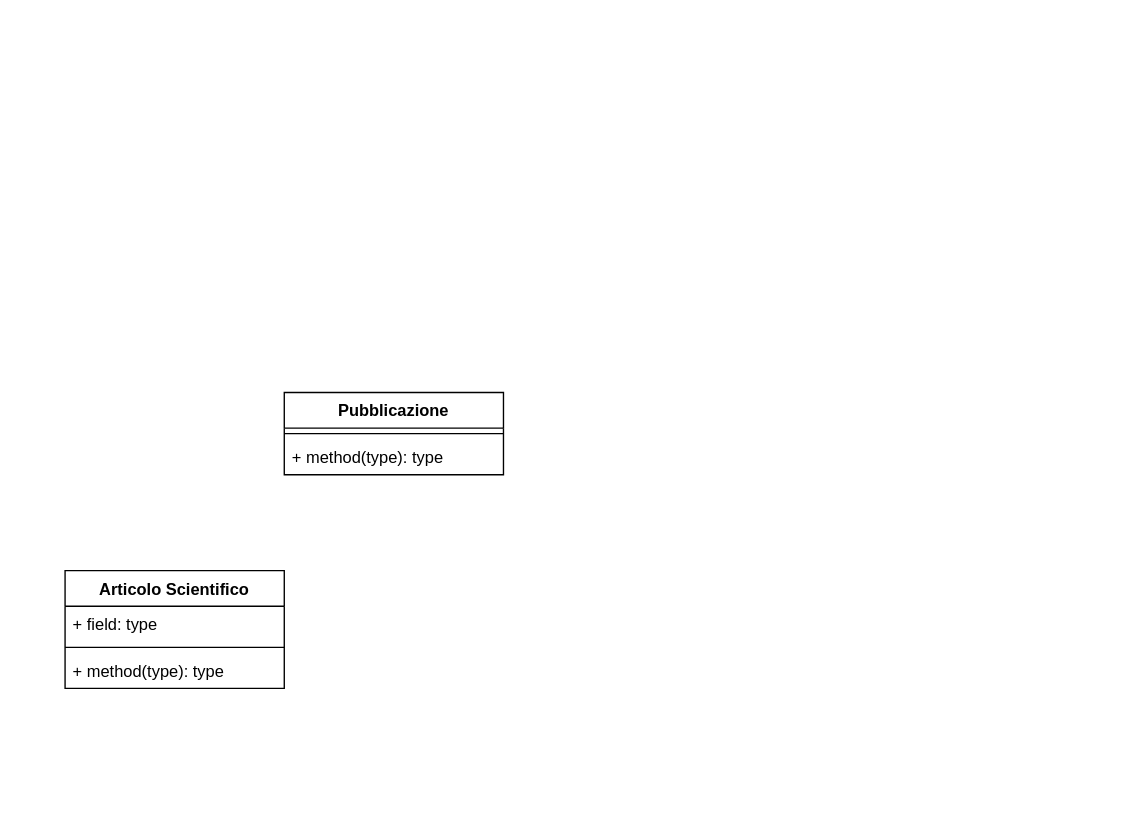
Above: Schemi/UML.drawio in simoneparente/Biblioteca (draw.io), before the change. Source tidied: cells renumbered, new cells numbered last; positions are measured from the earlier drawing's top-left corner, leaving out a move shared by most shapes. Both pictures are drawn from the tidied source at 137%, with x=0, y=0 at pixel (64, 392).
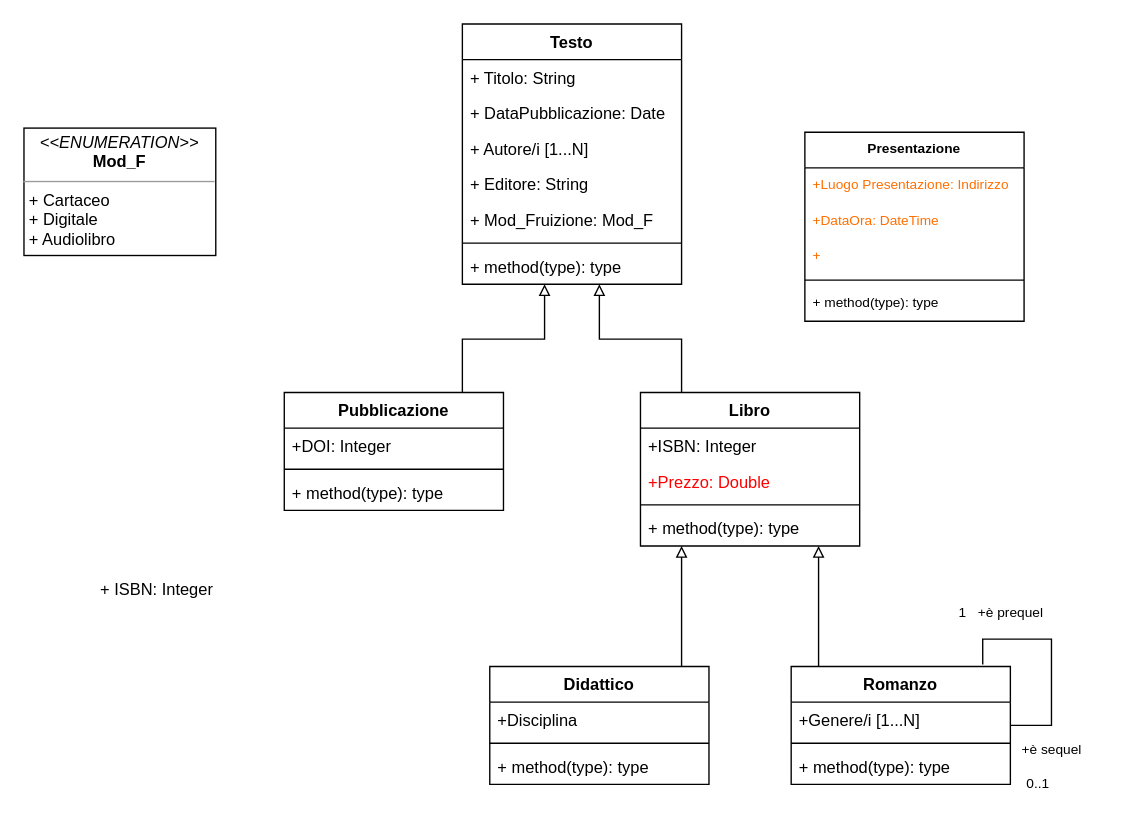
Above is the later version.

Commit message (it also covers changes not shown here):
nuova versione uml

The edit, as a diff of the source:
```diff
@@
+    <mxCell id="9" style="edgeStyle=orthogonalEdgeStyle;rounded=0;jettySize=auto;html=1;startArrow=block;startFill=0;endArrow=none;endFill=0;" parent="1" edge="1" source="11">
+      <mxGeometry relative="1" as="geometry">
+        <mxPoint x="290" as="targetPoint" />
+        <Array as="points">
+          <mxPoint x="350" y="-39" />
+          <mxPoint x="290" y="-39" />
+        </Array>
+      </mxGeometry>
+    </mxCell>
+    <mxCell id="10" style="edgeStyle=orthogonalEdgeStyle;rounded=0;jettySize=auto;html=1;endArrow=none;endFill=0;startArrow=block;startFill=0;" parent="1" edge="1" source="11">
+      <mxGeometry relative="1" as="geometry">
+        <mxPoint x="450" as="targetPoint" />
+        <Array as="points">
+          <mxPoint x="390" y="-39" />
+          <mxPoint x="450" y="-39" />
+        </Array>
+      </mxGeometry>
+    </mxCell>
+    <mxCell id="11" value="Testo" style="swimlane;fontStyle=1;align=center;verticalAlign=top;horizontal=1;startSize=26;" parent="1" vertex="1">
+      <mxGeometry x="290" y="-269" width="160" height="190" as="geometry" />
+    </mxCell>
+    <mxCell id="12" value="+ Titolo: String" style="text;strokeColor=none;fillColor=none;align=left;verticalAlign=top;spacingLeft=4;spacingRight=4;overflow=hidden;" parent="11" vertex="1">
+      <mxGeometry y="26" width="160" height="26" as="geometry" />
+    </mxCell>
+    <mxCell id="13" value="+ DataPubblicazione: Date" style="text;strokeColor=none;fillColor=none;align=left;verticalAlign=top;spacingLeft=4;spacingRight=4;overflow=hidden;" parent="11" vertex="1">
+      <mxGeometry y="52" width="160" height="26" as="geometry" />
+    </mxCell>
+    <mxCell id="14" value="+ Autore/i [1...N]" style="text;strokeColor=none;fillColor=none;align=left;verticalAlign=top;spacingLeft=4;spacingRight=4;overflow=hidden;" parent="11" vertex="1">
+      <mxGeometry y="78" width="160" height="26" as="geometry" />
+    </mxCell>
+    <mxCell id="15" value="+ Editore: String" style="text;strokeColor=none;fillColor=none;align=left;verticalAlign=top;spacingLeft=4;spacingRight=4;overflow=hidden;" parent="11" vertex="1">
+      <mxGeometry y="104" width="160" height="26" as="geometry" />
+    </mxCell>
+    <mxCell id="16" value="+ Mod_Fruizione: Mod_F" style="text;strokeColor=none;fillColor=none;align=left;verticalAlign=top;spacingLeft=4;spacingRight=4;overflow=hidden;" parent="11" vertex="1">
+      <mxGeometry y="130" width="160" height="26" as="geometry" />
+    </mxCell>
+    <mxCell id="17" style="line;strokeWidth=1;fillColor=none;align=left;verticalAlign=middle;spacingTop=-1;spacingLeft=3;spacingRight=3;labelPosition=right;strokeColor=inherit;" parent="11" vertex="1">
+      <mxGeometry y="156" width="160" height="8" as="geometry" />
+    </mxCell>
+    <mxCell id="18" value="+ method(type): type" style="text;strokeColor=none;fillColor=none;align=left;verticalAlign=top;spacingLeft=4;spacingRight=4;overflow=hidden;" parent="11" vertex="1">
+      <mxGeometry y="164" width="160" height="26" as="geometry" />
+    </mxCell>
+    <mxCell id="19" value="&lt;p style=&quot;margin:0px;margin-top:4px;text-align:center;&quot;&gt;&lt;i&gt;&amp;lt;&amp;lt;ENUMERATION&amp;gt;&amp;gt;&lt;/i&gt;&lt;br&gt;&lt;b&gt;Mod_F&lt;/b&gt;&lt;/p&gt;&lt;hr size=&quot;1&quot;&gt;&lt;p style=&quot;margin:0px;margin-left:4px;&quot;&gt;+ Cartaceo&lt;/p&gt;&lt;p style=&quot;margin:0px;margin-left:4px;&quot;&gt;+ Digitale&lt;/p&gt;&lt;p style=&quot;margin:0px;margin-left:4px;&quot;&gt;+ Audiolibro&lt;/p&gt;" style="verticalAlign=top;align=left;overflow=fill;fontSize=12;fontFamily=Helvetica;html=1;" parent="1" vertex="1">
+      <mxGeometry x="-30" y="-193" width="140" height="93" as="geometry" />
+    </mxCell>
+    <mxCell id="20" value="+ ISBN: Integer" style="text;strokeColor=none;fillColor=none;align=left;verticalAlign=top;spacingLeft=4;spacingRight=4;overflow=hidden;" parent="1" vertex="1">
+      <mxGeometry x="20" y="130" width="160" height="26" as="geometry" />
+    </mxCell>
+    <mxCell id="21" style="edgeStyle=orthogonalEdgeStyle;rounded=0;jettySize=auto;html=1;fontColor=#FF0000;startArrow=block;startFill=0;endArrow=none;endFill=0;" parent="1" edge="1" source="22">
+      <mxGeometry relative="1" as="geometry">
+        <mxPoint x="450" y="200" as="targetPoint" />
+        <Array as="points">
+          <mxPoint x="450" y="200" />
+        </Array>
+      </mxGeometry>
+    </mxCell>
+    <mxCell id="22" value="Libro" style="swimlane;fontStyle=1;align=center;verticalAlign=top;horizontal=1;startSize=26;" parent="1" vertex="1">
+      <mxGeometry x="420" width="160" height="112" as="geometry" />
+    </mxCell>
+    <mxCell id="23" value="+ISBN: Integer" style="text;strokeColor=none;fillColor=none;align=left;verticalAlign=top;spacingLeft=4;spacingRight=4;overflow=hidden;" parent="22" vertex="1">
+      <mxGeometry y="26" width="160" height="26" as="geometry" />
+    </mxCell>
+    <mxCell id="24" value="+Prezzo: Double" style="text;strokeColor=none;fillColor=none;align=left;verticalAlign=top;spacingLeft=4;spacingRight=4;overflow=hidden;fontColor=#FF0000;" parent="22" vertex="1">
+      <mxGeometry y="52" width="160" height="26" as="geometry" />
+    </mxCell>
+    <mxCell id="25" style="line;strokeWidth=1;fillColor=none;align=left;verticalAlign=middle;spacingTop=-1;spacingLeft=3;spacingRight=3;labelPosition=right;strokeColor=inherit;" parent="22" vertex="1">
+      <mxGeometry y="78" width="160" height="8" as="geometry" />
+    </mxCell>
+    <mxCell id="26" value="+ method(type): type" style="text;strokeColor=none;fillColor=none;align=left;verticalAlign=top;spacingLeft=4;spacingRight=4;overflow=hidden;" parent="22" vertex="1">
+      <mxGeometry y="86" width="160" height="26" as="geometry" />
+    </mxCell>
     <mxCell id="2" value="Pubblicazione" style="swimlane;fontStyle=1;align=center;verticalAlign=top;horizontal=1;startSize=26;" parent="1" vertex="1">
-      <mxGeometry x="160" width="160" height="60" as="geometry" />
+      <mxGeometry x="160" width="160" height="86" as="geometry" />
     </mxCell>
-    <mxCell id="3" style="line;strokeWidth=1;fillColor=none;align=left;verticalAlign=middle;spacingTop=-1;spacingLeft=3;spacingRight=3;labelPosition=right;strokeColor=inherit;" parent="2" vertex="1">
-      <mxGeometry y="26" width="160" height="8" as="geometry" />
-    </mxCell>
-    <mxCell id="4" value="+ method(type): type" style="text;strokeColor=none;fillColor=none;align=left;verticalAlign=top;spacingLeft=4;spacingRight=4;overflow=hidden;" parent="2" vertex="1">
-      <mxGeometry y="34" width="160" height="26" as="geometry" />
-    </mxCell>
-    <mxCell id="5" value="Articolo Scientifico" style="swimlane;fontStyle=1;align=center;verticalAlign=top;horizontal=1;startSize=26;" parent="1" vertex="1">
-      <mxGeometry y="130" width="160" height="86" as="geometry" />
-    </mxCell>
-    <mxCell id="6" value="+ field: type" style="text;strokeColor=none;fillColor=none;align=left;verticalAlign=top;spacingLeft=4;spacingRight=4;overflow=hidden;" parent="5" vertex="1">
-      <mxGeometry y="26" width="160" height="26" as="geometry" />
-    </mxCell>
+    <mxCell id="27" value="+DOI: Integer" style="text;strokeColor=none;fillColor=none;align=left;verticalAlign=top;spacingLeft=4;spacingRight=4;overflow=hidden;" parent="2" vertex="1">
+      <mxGeometry y="26" width="160" height="26" as="geometry" />
+    </mxCell>
-    <mxCell id="7" style="line;strokeWidth=1;fillColor=none;align=left;verticalAlign=middle;spacingTop=-1;spacingLeft=3;spacingRight=3;labelPosition=right;strokeColor=inherit;" parent="5" vertex="1">
+    <mxCell id="7" style="line;strokeWidth=1;fillColor=none;align=left;verticalAlign=middle;spacingTop=-1;spacingLeft=3;spacingRight=3;labelPosition=right;strokeColor=inherit;" parent="2" vertex="1">
       <mxGeometry y="52" width="160" height="8" as="geometry" />
     </mxCell>
-    <mxCell id="8" value="+ method(type): type" style="text;strokeColor=none;fillColor=none;align=left;verticalAlign=top;spacingLeft=4;spacingRight=4;overflow=hidden;" parent="5" vertex="1">
+    <mxCell id="8" value="+ method(type): type" style="text;strokeColor=none;fillColor=none;align=left;verticalAlign=top;spacingLeft=4;spacingRight=4;overflow=hidden;" parent="2" vertex="1">
       <mxGeometry y="60" width="160" height="26" as="geometry" />
     </mxCell>
+    <mxCell id="28" style="edgeStyle=orthogonalEdgeStyle;rounded=0;orthogonalLoop=1;jettySize=auto;html=1;fontColor=#FF0000;startArrow=block;startFill=0;endArrow=none;endFill=0;" parent="1" edge="1">
+      <mxGeometry relative="1" as="geometry">
+        <mxPoint x="550" y="112" as="sourcePoint" />
+        <mxPoint x="550" y="200" as="targetPoint" />
+        <Array as="points">
+          <mxPoint x="550" y="200" />
+        </Array>
+      </mxGeometry>
+    </mxCell>
+    <mxCell id="29" value="Didattico" style="swimlane;fontStyle=1;align=center;verticalAlign=top;horizontal=1;startSize=26;fontColor=#000000;" parent="1" vertex="1">
+      <mxGeometry x="310" y="200" width="160" height="86" as="geometry" />
+    </mxCell>
+    <mxCell id="30" value="+Disciplina" style="text;strokeColor=none;fillColor=none;align=left;verticalAlign=top;spacingLeft=4;spacingRight=4;overflow=hidden;fontColor=#000000;" parent="29" vertex="1">
+      <mxGeometry y="26" width="160" height="26" as="geometry" />
+    </mxCell>
+    <mxCell id="31" style="line;strokeWidth=1;fillColor=none;align=left;verticalAlign=middle;spacingTop=-1;spacingLeft=3;spacingRight=3;labelPosition=right;strokeColor=inherit;fontColor=#000000;" parent="29" vertex="1">
+      <mxGeometry y="52" width="160" height="8" as="geometry" />
+    </mxCell>
+    <mxCell id="32" value="+ method(type): type" style="text;strokeColor=none;fillColor=none;align=left;verticalAlign=top;spacingLeft=4;spacingRight=4;overflow=hidden;fontColor=#000000;" parent="29" vertex="1">
+      <mxGeometry y="60" width="160" height="26" as="geometry" />
+    </mxCell>
+    <mxCell id="33" style="edgeStyle=orthogonalEdgeStyle;rounded=0;orthogonalLoop=1;jettySize=auto;html=1;fontColor=#000000;startArrow=none;startFill=0;endArrow=none;endFill=0;entryX=0.874;entryY=-0.016;entryDx=0;entryDy=0;entryPerimeter=0;" parent="1" edge="1" source="34" target="34">
+      <mxGeometry relative="1" as="geometry">
+        <Array as="points">
+          <mxPoint x="720" y="243" />
+          <mxPoint x="720" y="180" />
+          <mxPoint x="670" y="180" />
+        </Array>
+      </mxGeometry>
+    </mxCell>
+    <mxCell id="34" value="Romanzo" style="swimlane;fontStyle=1;align=center;verticalAlign=top;horizontal=1;startSize=26;fontColor=#000000;" parent="1" vertex="1">
+      <mxGeometry x="530" y="200" width="160" height="86" as="geometry" />
+    </mxCell>
+    <mxCell id="35" value="+Genere/i [1...N]" style="text;strokeColor=none;fillColor=none;align=left;verticalAlign=top;spacingLeft=4;spacingRight=4;overflow=hidden;fontColor=#000000;" parent="34" vertex="1">
+      <mxGeometry y="26" width="160" height="26" as="geometry" />
+    </mxCell>
+    <mxCell id="36" style="line;strokeWidth=1;fillColor=none;align=left;verticalAlign=middle;spacingTop=-1;spacingLeft=3;spacingRight=3;labelPosition=right;strokeColor=inherit;fontColor=#000000;" parent="34" vertex="1">
+      <mxGeometry y="52" width="160" height="8" as="geometry" />
+    </mxCell>
+    <mxCell id="37" value="+ method(type): type" style="text;strokeColor=none;fillColor=none;align=left;verticalAlign=top;spacingLeft=4;spacingRight=4;overflow=hidden;fontColor=#000000;" parent="34" vertex="1">
+      <mxGeometry y="60" width="160" height="26" as="geometry" />
+    </mxCell>
+    <mxCell id="38" value="1" style="text;html=1;align=center;verticalAlign=middle;strokeColor=none;fillColor=none;fontColor=#000000;fontSize=10;" parent="1" vertex="1">
+      <mxGeometry x="640" y="145" width="30" height="30" as="geometry" />
+    </mxCell>
+    <mxCell id="39" value="+è prequel" style="text;html=1;align=center;verticalAlign=middle;strokeColor=none;fillColor=none;fontColor=#000000;fontSize=10;" parent="1" vertex="1">
+      <mxGeometry x="655" y="145" width="70" height="30" as="geometry" />
+    </mxCell>
+    <mxCell id="40" value="+è sequel" style="text;html=1;align=center;verticalAlign=middle;strokeColor=none;fillColor=none;fontColor=#000000;fontSize=10;" parent="1" vertex="1">
+      <mxGeometry x="685" y="245" width="70" height="30" as="geometry" />
+    </mxCell>
+    <mxCell id="41" value="0..1" style="text;html=1;align=center;verticalAlign=middle;strokeColor=none;fillColor=none;fontColor=#000000;fontSize=10;" parent="1" vertex="1">
+      <mxGeometry x="690" y="270" width="40" height="30" as="geometry" />
+    </mxCell>
+    <mxCell id="42" value="Presentazione" style="swimlane;fontStyle=1;align=center;verticalAlign=top;horizontal=1;startSize=26;fontSize=10;fontColor=#000000;" parent="1" vertex="1">
+      <mxGeometry x="540" y="-190" width="160" height="138" as="geometry" />
+    </mxCell>
+    <mxCell id="43" value="+Luogo Presentazione: Indirizzo" style="text;strokeColor=none;fillColor=none;align=left;verticalAlign=top;spacingLeft=4;spacingRight=4;overflow=hidden;fontSize=10;fontColor=#FF6F00;" parent="42" vertex="1">
+      <mxGeometry y="26" width="160" height="26" as="geometry" />
+    </mxCell>
+    <mxCell id="44" value="+DataOra: DateTime" style="text;strokeColor=none;fillColor=none;align=left;verticalAlign=top;spacingLeft=4;spacingRight=4;overflow=hidden;fontSize=10;fontColor=#FF6F00;" parent="42" vertex="1">
+      <mxGeometry y="52" width="160" height="26" as="geometry" />
+    </mxCell>
+    <mxCell id="45" value="+" style="text;strokeColor=none;fillColor=none;align=left;verticalAlign=top;spacingLeft=4;spacingRight=4;overflow=hidden;fontSize=10;fontColor=#FF6F00;" parent="42" vertex="1">
+      <mxGeometry y="78" width="160" height="26" as="geometry" />
+    </mxCell>
+    <mxCell id="46" style="line;strokeWidth=1;fillColor=none;align=left;verticalAlign=middle;spacingTop=-1;spacingLeft=3;spacingRight=3;labelPosition=right;strokeColor=inherit;fontSize=10;fontColor=#000000;" parent="42" vertex="1">
+      <mxGeometry y="104" width="160" height="8" as="geometry" />
+    </mxCell>
+    <mxCell id="47" value="+ method(type): type" style="text;strokeColor=none;fillColor=none;align=left;verticalAlign=top;spacingLeft=4;spacingRight=4;overflow=hidden;fontSize=10;fontColor=#000000;" parent="42" vertex="1">
+      <mxGeometry y="112" width="160" height="26" as="geometry" />
+    </mxCell>
```
